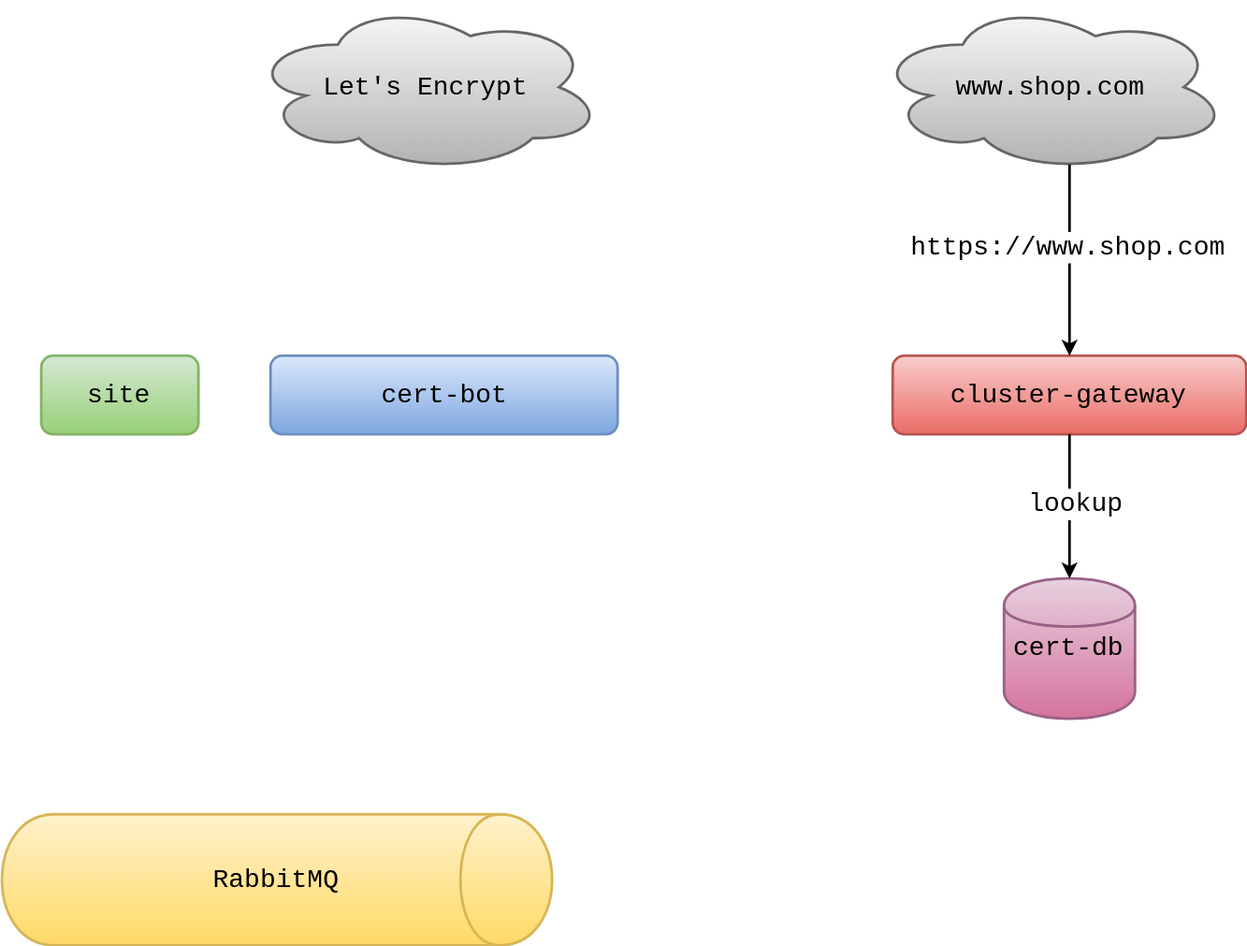
Before: presentations/lets-encrypt/img/certbot-4.svg, a diagram exported from draw.io (unabris/epages-docs). Source tidied: cells renumbered, new cells last; positions are measured from the earlier drawing's top-left corner, leaving out a move shared by most shapes. Its diagram source:
```xml
<mxGraphModel background="#ffffff">
  <root>
    <mxCell id="0" />
    <mxCell id="1" parent="0" />
    <mxCell id="2" value="cluster-gateway" style="rounded=1;whiteSpace=wrap;html=1;shadow=0;glass=0;comic=0;labelBackgroundColor=none;strokeColor=#b85450;strokeWidth=2;fillColor=#f8cecc;fontFamily=Courier New;fontSize=20;fontColor=#000000;align=center;gradientColor=#ea6b66;" parent="1" vertex="1">
      <mxGeometry x="680" y="270" width="270" height="60" as="geometry" />
    </mxCell>
    <mxCell id="3" value="RabbitMQ" style="shape=cylinder;whiteSpace=wrap;html=1;rounded=1;shadow=0;glass=0;comic=0;labelBackgroundColor=none;strokeColor=#d6b656;strokeWidth=2;fillColor=#fff2cc;gradientColor=#ffd966;fontFamily=Courier New;fontSize=20;fontColor=#000000;align=center;direction=south;gradientDirection=east;" parent="1" vertex="1">
      <mxGeometry y="620" width="420" height="100" as="geometry" />
    </mxCell>
    <mxCell id="4" value="cert-db" style="shape=cylinder;whiteSpace=wrap;html=1;rounded=1;shadow=0;glass=0;comic=0;labelBackgroundColor=none;strokeColor=#996185;strokeWidth=2;fillColor=#e6d0de;gradientColor=#d5739d;fontFamily=Courier New;fontSize=20;fontColor=#000000;align=center;" parent="1" vertex="1">
      <mxGeometry x="765" y="440" width="100" height="107" as="geometry" />
    </mxCell>
    <mxCell id="5" value="Let's Encrypt" style="ellipse;shape=cloud;whiteSpace=wrap;html=1;rounded=1;shadow=0;glass=0;comic=0;labelBackgroundColor=none;strokeColor=#666666;strokeWidth=2;fillColor=#f5f5f5;gradientColor=#b3b3b3;fontFamily=Courier New;fontSize=20;fontColor=#000000;align=center;" parent="1" vertex="1">
      <mxGeometry x="189" width="270" height="130" as="geometry" />
    </mxCell>
    <mxCell id="6" value="cert-bot" style="rounded=1;whiteSpace=wrap;html=1;shadow=0;glass=0;comic=0;labelBackgroundColor=none;strokeColor=#6c8ebf;strokeWidth=2;fillColor=#dae8fc;gradientColor=#7ea6e0;fontFamily=Courier New;fontSize=20;fontColor=#000000;align=center;" parent="1" vertex="1">
      <mxGeometry x="205" y="270" width="265" height="60" as="geometry" />
    </mxCell>
    <mxCell id="7" value="site" style="rounded=1;whiteSpace=wrap;html=1;shadow=0;glass=0;comic=0;labelBackgroundColor=none;strokeColor=#82b366;strokeWidth=2;fillColor=#d5e8d4;gradientColor=#97d077;fontFamily=Courier New;fontSize=20;fontColor=#000000;align=center;" parent="1" vertex="1">
      <mxGeometry x="30" y="270" width="120" height="60" as="geometry" />
    </mxCell>
    <mxCell id="8" value="www.shop.com" style="ellipse;shape=cloud;whiteSpace=wrap;html=1;rounded=1;shadow=0;glass=0;comic=0;labelBackgroundColor=none;strokeColor=#666666;strokeWidth=2;fillColor=#f5f5f5;gradientColor=#b3b3b3;fontFamily=Courier New;fontSize=20;fontColor=#000000;align=center;" parent="1" vertex="1">
      <mxGeometry x="666" width="270" height="130" as="geometry" />
    </mxCell>
    <mxCell id="9" style="endArrow=classic;html=1;shadow=0;strokeColor=#000000;strokeWidth=2;gradientColor=none;fontFamily=Courier New;fontSize=20;fontColor=#000000;exitX=0.5;exitY=1;" parent="1" edge="1" source="2" target="4">
      <mxGeometry relative="1" as="geometry" />
    </mxCell>
    <mxCell id="10" value="lookup" style="text;html=1;align=center;verticalAlign=middle;labelBackgroundColor=#ffffff;fontSize=20;fontFamily=Courier New;fontColor=#000000;" parent="9" vertex="1">
      <mxGeometry x="-0.05" y="4" relative="1" as="geometry" />
    </mxCell>
    <mxCell id="11" style="endArrow=classic;html=1;shadow=0;strokeColor=#000000;strokeWidth=2;gradientColor=none;fontFamily=Courier New;fontSize=20;fontColor=#000000;exitX=0.55;exitY=0.95;exitPerimeter=0;" parent="1" edge="1" source="8" target="2">
      <mxGeometry relative="1" as="geometry" />
    </mxCell>
    <mxCell id="12" value="https://www.shop.com" style="text;html=1;align=center;verticalAlign=middle;labelBackgroundColor=#ffffff;fontSize=20;fontFamily=Courier New;fontColor=#000000;" parent="11" vertex="1">
      <mxGeometry x="-0.15" y="-2" relative="1" as="geometry" />
    </mxCell>
  </root>
</mxGraphModel>
```
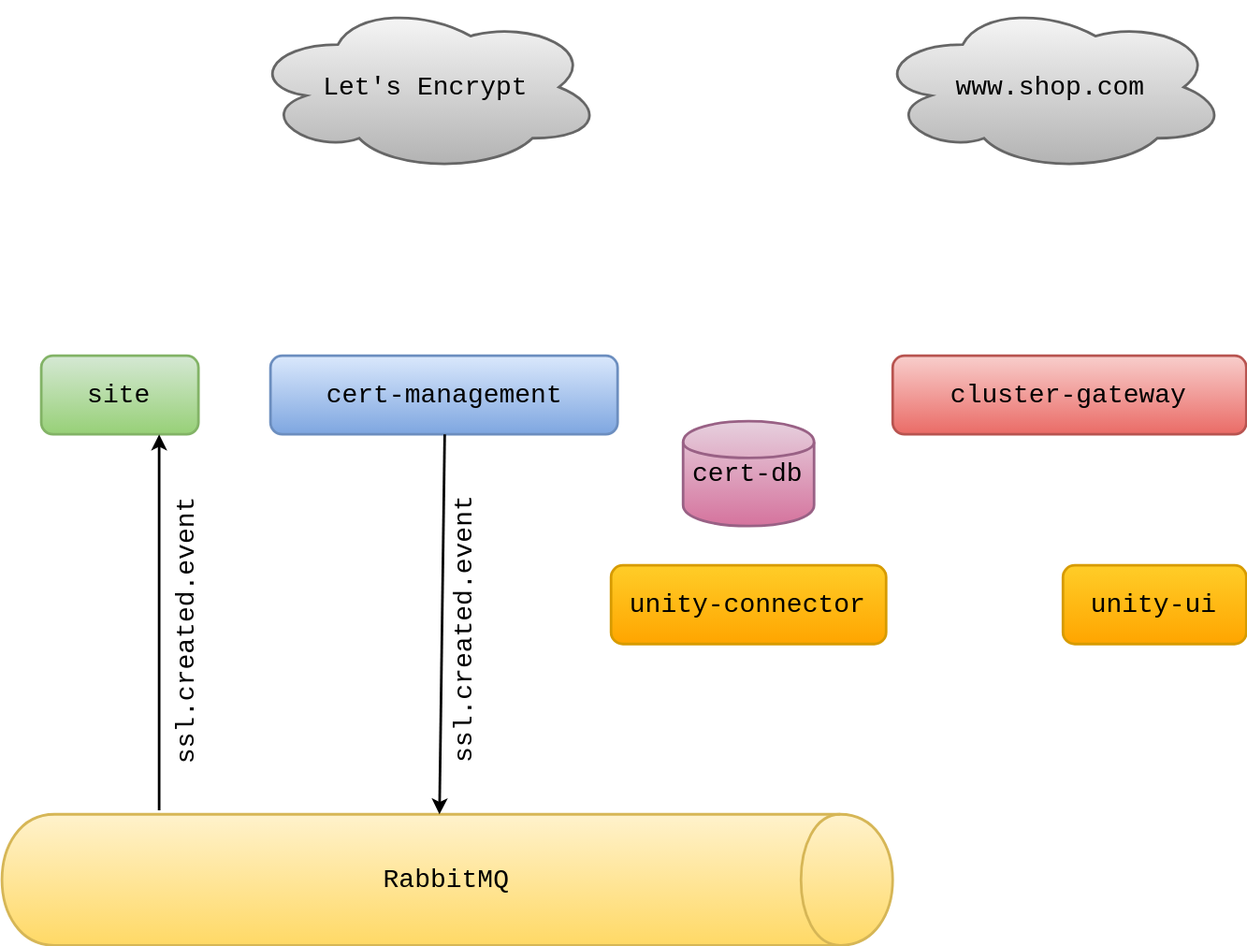
After the commit.

The edit, as a diff of the source:
```diff
@@ -6,15 +6,15 @@
       <mxGeometry x="680" y="270" width="270" height="60" as="geometry" />
     </mxCell>
     <mxCell id="3" value="RabbitMQ" style="shape=cylinder;whiteSpace=wrap;html=1;rounded=1;shadow=0;glass=0;comic=0;labelBackgroundColor=none;strokeColor=#d6b656;strokeWidth=2;fillColor=#fff2cc;gradientColor=#ffd966;fontFamily=Courier New;fontSize=20;fontColor=#000000;align=center;direction=south;gradientDirection=east;" parent="1" vertex="1">
-      <mxGeometry y="620" width="420" height="100" as="geometry" />
+      <mxGeometry y="620" width="680" height="100" as="geometry" />
     </mxCell>
     <mxCell id="4" value="cert-db" style="shape=cylinder;whiteSpace=wrap;html=1;rounded=1;shadow=0;glass=0;comic=0;labelBackgroundColor=none;strokeColor=#996185;strokeWidth=2;fillColor=#e6d0de;gradientColor=#d5739d;fontFamily=Courier New;fontSize=20;fontColor=#000000;align=center;" parent="1" vertex="1">
-      <mxGeometry x="765" y="440" width="100" height="107" as="geometry" />
+      <mxGeometry x="520" y="320" width="100" height="80" as="geometry" />
     </mxCell>
     <mxCell id="5" value="Let's Encrypt" style="ellipse;shape=cloud;whiteSpace=wrap;html=1;rounded=1;shadow=0;glass=0;comic=0;labelBackgroundColor=none;strokeColor=#666666;strokeWidth=2;fillColor=#f5f5f5;gradientColor=#b3b3b3;fontFamily=Courier New;fontSize=20;fontColor=#000000;align=center;" parent="1" vertex="1">
       <mxGeometry x="189" width="270" height="130" as="geometry" />
     </mxCell>
-    <mxCell id="6" value="cert-bot" style="rounded=1;whiteSpace=wrap;html=1;shadow=0;glass=0;comic=0;labelBackgroundColor=none;strokeColor=#6c8ebf;strokeWidth=2;fillColor=#dae8fc;gradientColor=#7ea6e0;fontFamily=Courier New;fontSize=20;fontColor=#000000;align=center;" parent="1" vertex="1">
+    <mxCell id="6" value="cert-management" style="rounded=1;whiteSpace=wrap;html=1;shadow=0;glass=0;comic=0;labelBackgroundColor=none;strokeColor=#6c8ebf;strokeWidth=2;fillColor=#dae8fc;gradientColor=#7ea6e0;fontFamily=Courier New;fontSize=20;fontColor=#000000;align=center;" parent="1" vertex="1">
       <mxGeometry x="205" y="270" width="265" height="60" as="geometry" />
     </mxCell>
     <mxCell id="7" value="site" style="rounded=1;whiteSpace=wrap;html=1;shadow=0;glass=0;comic=0;labelBackgroundColor=none;strokeColor=#82b366;strokeWidth=2;fillColor=#d5e8d4;gradientColor=#97d077;fontFamily=Courier New;fontSize=20;fontColor=#000000;align=center;" parent="1" vertex="1">
@@ -23,17 +23,31 @@
     <mxCell id="8" value="www.shop.com" style="ellipse;shape=cloud;whiteSpace=wrap;html=1;rounded=1;shadow=0;glass=0;comic=0;labelBackgroundColor=none;strokeColor=#666666;strokeWidth=2;fillColor=#f5f5f5;gradientColor=#b3b3b3;fontFamily=Courier New;fontSize=20;fontColor=#000000;align=center;" parent="1" vertex="1">
       <mxGeometry x="666" width="270" height="130" as="geometry" />
     </mxCell>
-    <mxCell id="9" style="endArrow=classic;html=1;shadow=0;strokeColor=#000000;strokeWidth=2;gradientColor=none;fontFamily=Courier New;fontSize=20;fontColor=#000000;exitX=0.5;exitY=1;" parent="1" edge="1" source="2" target="4">
-      <mxGeometry relative="1" as="geometry" />
-    </mxCell>
-    <mxCell id="10" value="lookup" style="text;html=1;align=center;verticalAlign=middle;labelBackgroundColor=#ffffff;fontSize=20;fontFamily=Courier New;fontColor=#000000;" parent="9" vertex="1">
-      <mxGeometry x="-0.05" y="4" relative="1" as="geometry" />
-    </mxCell>
-    <mxCell id="11" style="endArrow=classic;html=1;shadow=0;strokeColor=#000000;strokeWidth=2;gradientColor=none;fontFamily=Courier New;fontSize=20;fontColor=#000000;exitX=0.55;exitY=0.95;exitPerimeter=0;" parent="1" edge="1" source="8" target="2">
-      <mxGeometry relative="1" as="geometry" />
-    </mxCell>
-    <mxCell id="12" value="https://www.shop.com" style="text;html=1;align=center;verticalAlign=middle;labelBackgroundColor=#ffffff;fontSize=20;fontFamily=Courier New;fontColor=#000000;" parent="11" vertex="1">
-      <mxGeometry x="-0.15" y="-2" relative="1" as="geometry" />
-    </mxCell>
+    <mxCell id="13" style="endArrow=classic;html=1;shadow=0;strokeColor=#000000;strokeWidth=2;gradientColor=none;fontFamily=Courier New;fontSize=20;fontColor=#000000;exitX=0.5;exitY=1;" parent="1" edge="1" source="6">
+      <mxGeometry relative="1" as="geometry">
+        <mxPoint x="334" y="620" as="targetPoint" />
+      </mxGeometry>
+    </mxCell>
+    <mxCell id="14" value="ssl.created.event" style="text;html=1;align=center;verticalAlign=middle;labelBackgroundColor=none;fontSize=20;fontFamily=Courier New;fontColor=#000000;rotation=270;" parent="13" vertex="1">
+      <mxGeometry x="-0.51" y="-3" relative="1" as="geometry">
+        <mxPoint x="18" y="79" as="offset" />
+      </mxGeometry>
+    </mxCell>
+    <mxCell id="15" style="endArrow=classic;html=1;shadow=0;strokeColor=#000000;strokeWidth=2;gradientColor=none;fontFamily=Courier New;fontSize=20;fontColor=#000000;entryX=0.75;entryY=1;" parent="1" edge="1" target="7">
+      <mxGeometry relative="1" as="geometry">
+        <mxPoint x="120" y="617" as="sourcePoint" />
+      </mxGeometry>
+    </mxCell>
+    <mxCell id="16" value="ssl.created.event" style="text;html=1;align=center;verticalAlign=middle;labelBackgroundColor=none;fontSize=20;fontFamily=Courier New;fontColor=#000000;rotation=270;" parent="15" vertex="1">
+      <mxGeometry x="-0.01" relative="1" as="geometry">
+        <mxPoint x="20" y="5" as="offset" />
+      </mxGeometry>
+    </mxCell>
+    <mxCell id="17" value="unity-connector" style="rounded=1;whiteSpace=wrap;html=1;shadow=0;glass=0;comic=0;labelBackgroundColor=none;strokeColor=#d79b00;strokeWidth=2;fillColor=#ffcd28;gradientColor=#ffa500;fontFamily=Courier New;fontSize=20;fontColor=#000000;align=center;" parent="1" vertex="1">
+      <mxGeometry x="465" y="430" width="210" height="60" as="geometry" />
+    </mxCell>
+    <mxCell id="18" value="unity-ui" style="rounded=1;whiteSpace=wrap;html=1;shadow=0;glass=0;comic=0;labelBackgroundColor=none;strokeColor=#d79b00;strokeWidth=2;fillColor=#ffcd28;gradientColor=#ffa500;fontFamily=Courier New;fontSize=20;fontColor=#000000;align=center;" parent="1" vertex="1">
+      <mxGeometry x="810" y="430" width="140" height="60" as="geometry" />
+    </mxCell>
   </root>
 </mxGraphModel>
```
